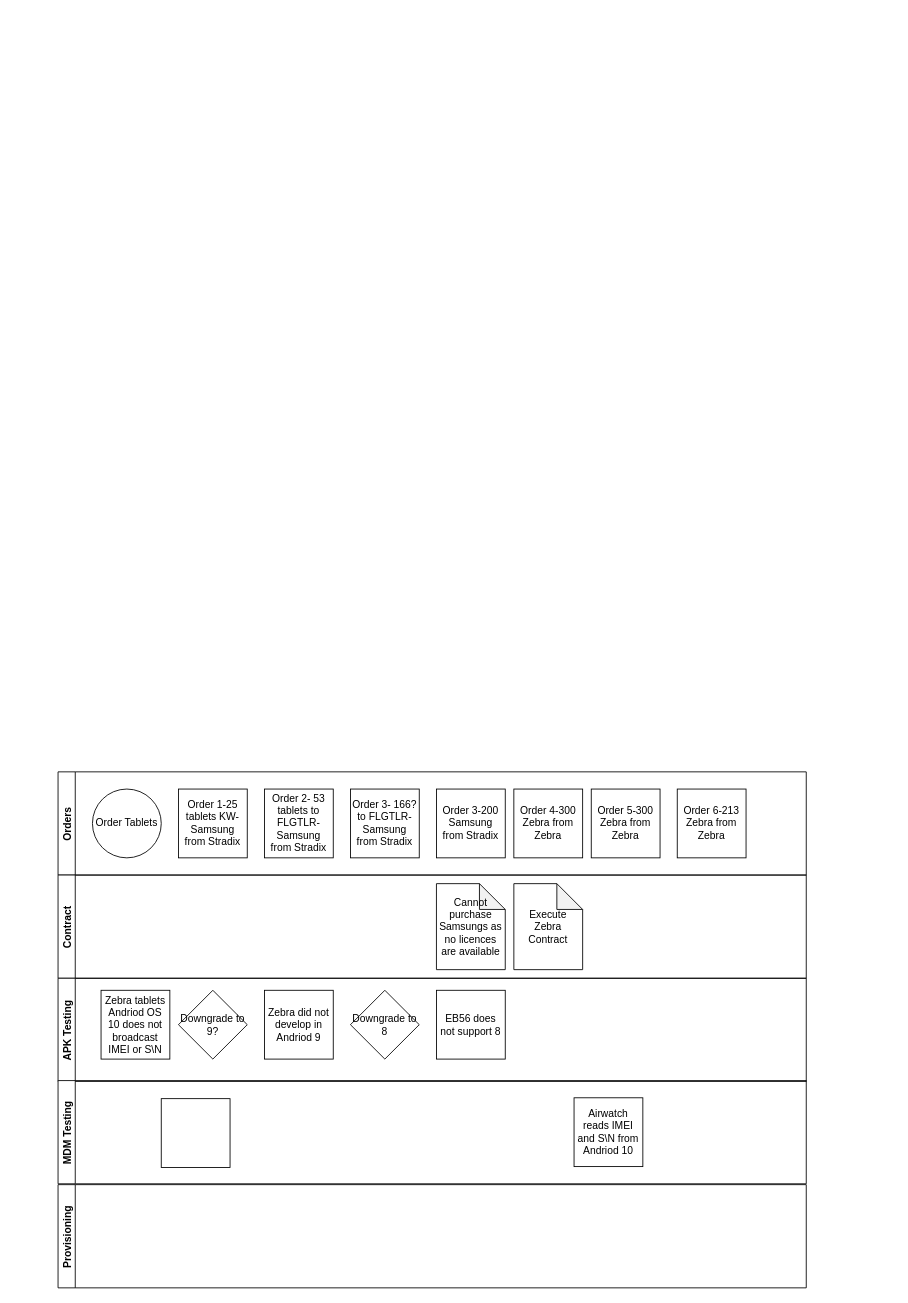
Earlier version of the draw.io diagram Tablet Orders.drawio (RustyTruck/plc4trucksduck). Source tidied: cells renumbered, new cells numbered last; positions are measured from the earlier drawing's top-left corner, leaving out a move shared by most shapes. Both pictures are drawn from the tidied source at 86%, with x=0, y=0 at pixel (58, 771).
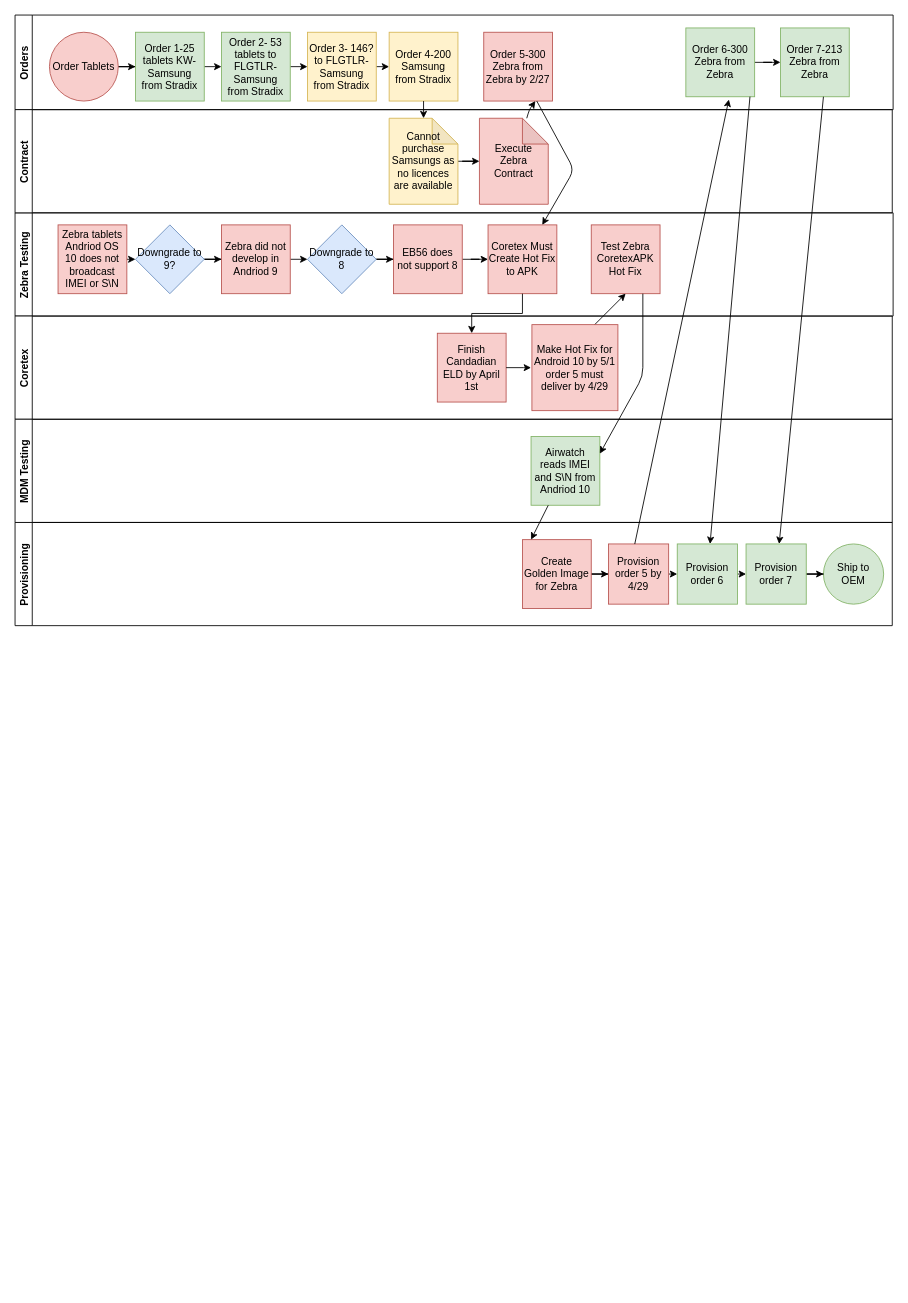
The same diagram, later.

Change to the diagram source:
```diff
@@
     <mxCell id="2" value="Orders" style="swimlane;startSize=20;horizontal=0;" parent="1" vertex="1">
-      <mxGeometry width="870" height="120" as="geometry" />
+      <mxGeometry x="-50" y="-880" width="1021" height="110" as="geometry" />
     </mxCell>
+    <mxCell id="24" style="edgeStyle=orthogonalEdgeStyle;rounded=0;jettySize=auto;html=1;entryX=0;entryY=0.5;entryDx=0;entryDy=0;" parent="2" edge="1" source="3" target="4">
+      <mxGeometry relative="1" as="geometry" />
+    </mxCell>
-    <mxCell id="3" value="Order Tablets" style="ellipse;whiteSpace=wrap;html=1;" parent="2" vertex="1">
+    <mxCell id="3" value="Order Tablets" style="ellipse;whiteSpace=wrap;html=1;fillColor=#f8cecc;strokeColor=#b85450;" parent="2" vertex="1">
       <mxGeometry x="40" y="20" width="80" height="80" as="geometry" />
     </mxCell>
+    <mxCell id="25" style="edgeStyle=orthogonalEdgeStyle;rounded=0;jettySize=auto;html=1;exitX=1;exitY=0.5;exitDx=0;exitDy=0;entryX=0;entryY=0.5;entryDx=0;entryDy=0;" parent="2" edge="1" source="4" target="5">
+      <mxGeometry relative="1" as="geometry" />
+    </mxCell>
-    <mxCell id="4" value="Order 1-25 tablets KW-Samsung from Stradix" style="whiteSpace=wrap;html=1;" parent="2" vertex="1">
+    <mxCell id="4" value="Order 1-25 tablets KW-Samsung from Stradix" style="whiteSpace=wrap;html=1;fillColor=#d5e8d4;strokeColor=#82b366;" parent="2" vertex="1">
       <mxGeometry x="140" y="20" width="80" height="80" as="geometry" />
     </mxCell>
+    <mxCell id="26" style="edgeStyle=orthogonalEdgeStyle;rounded=0;jettySize=auto;html=1;exitX=1;exitY=0.5;exitDx=0;exitDy=0;entryX=0;entryY=0.5;entryDx=0;entryDy=0;" parent="2" edge="1" source="5" target="6">
+      <mxGeometry relative="1" as="geometry" />
+    </mxCell>
-    <mxCell id="5" value="Order 2- 53 tablets to FLGTLR-Samsung from Stradix" style="whiteSpace=wrap;html=1;" parent="2" vertex="1">
+    <mxCell id="5" value="Order 2- 53 tablets to FLGTLR-Samsung from Stradix" style="whiteSpace=wrap;html=1;fillColor=#d5e8d4;strokeColor=#82b366;" parent="2" vertex="1">
       <mxGeometry x="240" y="20" width="80" height="80" as="geometry" />
     </mxCell>
+    <mxCell id="27" style="edgeStyle=orthogonalEdgeStyle;rounded=0;jettySize=auto;html=1;exitX=1;exitY=0.5;exitDx=0;exitDy=0;entryX=0;entryY=0.5;entryDx=0;entryDy=0;" parent="2" edge="1" source="6" target="7">
+      <mxGeometry relative="1" as="geometry" />
+    </mxCell>
-    <mxCell id="6" value="Order 3- 166? to FLGTLR-Samsung from Stradix" style="whiteSpace=wrap;html=1;" parent="2" vertex="1">
+    <mxCell id="6" value="Order 3- 146? to FLGTLR-Samsung from Stradix" style="whiteSpace=wrap;html=1;fillColor=#fff2cc;strokeColor=#d6b656;" parent="2" vertex="1">
       <mxGeometry x="340" y="20" width="80" height="80" as="geometry" />
     </mxCell>
-    <mxCell id="7" value="Order 3-200 Samsung from Stradix" style="whiteSpace=wrap;html=1;" parent="2" vertex="1">
-      <mxGeometry x="440" y="20" width="80" height="80" as="geometry" />
+    <mxCell id="7" value="Order 4-200 Samsung from Stradix" style="whiteSpace=wrap;html=1;fillColor=#fff2cc;strokeColor=#d6b656;" parent="2" vertex="1">
+      <mxGeometry x="435" y="20" width="80" height="80" as="geometry" />
     </mxCell>
-    <mxCell id="8" value="Order 4-300 Zebra from Zebra" style="whiteSpace=wrap;html=1;" parent="2" vertex="1">
-      <mxGeometry x="530" y="20" width="80" height="80" as="geometry" />
+    <mxCell id="8" value="Order 5-300 Zebra from Zebra by 2/27" style="whiteSpace=wrap;html=1;fillColor=#f8cecc;strokeColor=#b85450;" parent="2" vertex="1">
+      <mxGeometry x="545" y="20" width="80" height="80" as="geometry" />
     </mxCell>
+    <mxCell id="28" style="edgeStyle=orthogonalEdgeStyle;rounded=0;jettySize=auto;html=1;entryX=0;entryY=0.5;entryDx=0;entryDy=0;" parent="2" edge="1" source="9" target="10">
+      <mxGeometry relative="1" as="geometry" />
+    </mxCell>
-    <mxCell id="9" value="Order 5-300 Zebra from Zebra" style="whiteSpace=wrap;html=1;" parent="2" vertex="1">
-      <mxGeometry x="620" y="20" width="80" height="80" as="geometry" />
+    <mxCell id="9" value="Order 6-300 Zebra from Zebra" style="whiteSpace=wrap;html=1;fillColor=#d5e8d4;strokeColor=#82b366;" parent="2" vertex="1">
+      <mxGeometry x="780" y="15" width="80" height="80" as="geometry" />
     </mxCell>
-    <mxCell id="10" value="Order 6-213 Zebra from Zebra" style="whiteSpace=wrap;html=1;" parent="2" vertex="1">
-      <mxGeometry x="720" y="20" width="80" height="80" as="geometry" />
+    <mxCell id="10" value="Order 7-213 Zebra from Zebra" style="whiteSpace=wrap;html=1;fillColor=#d5e8d4;strokeColor=#82b366;" parent="2" vertex="1">
+      <mxGeometry x="890" y="15" width="80" height="80" as="geometry" />
     </mxCell>
+    <mxCell id="29" style="endArrow=classic;html=1;" parent="2" edge="1" target="50">
+      <mxGeometry relative="1" as="geometry">
+        <mxPoint x="940" y="95" as="sourcePoint" />
+      </mxGeometry>
+    </mxCell>
+    <mxCell id="14" value="Zebra Testing" style="swimlane;startSize=20;horizontal=0;" parent="1" vertex="1">
+      <mxGeometry x="-50" y="-650" width="1021" height="120" as="geometry" />
+    </mxCell>
+    <mxCell id="30" style="edgeStyle=orthogonalEdgeStyle;rounded=0;jettySize=auto;html=1;exitX=1;exitY=0.5;exitDx=0;exitDy=0;entryX=0;entryY=0.5;entryDx=0;entryDy=0;" parent="14" edge="1" source="15" target="16">
+      <mxGeometry relative="1" as="geometry" />
+    </mxCell>
+    <mxCell id="15" value="Zebra tablets Andriod OS 10 does not broadcast IMEI or S\N" style="whiteSpace=wrap;html=1;rounded=0;fillColor=#f8cecc;strokeColor=#b85450;" parent="14" vertex="1">
+      <mxGeometry x="50" y="14" width="80" height="80" as="geometry" />
+    </mxCell>
+    <mxCell id="31" style="edgeStyle=orthogonalEdgeStyle;rounded=0;jettySize=auto;html=1;entryX=0;entryY=0.5;entryDx=0;entryDy=0;" parent="14" edge="1" source="16" target="18">
+      <mxGeometry relative="1" as="geometry" />
+    </mxCell>
+    <mxCell id="16" value="Downgrade to 9?" style="rhombus;whiteSpace=wrap;html=1;rounded=0;fillColor=#dae8fc;strokeColor=#6c8ebf;" parent="14" vertex="1">
+      <mxGeometry x="140" y="14" width="80" height="80" as="geometry" />
+    </mxCell>
+    <mxCell id="32" style="edgeStyle=orthogonalEdgeStyle;rounded=0;jettySize=auto;html=1;exitX=1;exitY=0.5;exitDx=0;exitDy=0;" parent="14" edge="1" source="17" target="19">
+      <mxGeometry relative="1" as="geometry" />
+    </mxCell>
+    <mxCell id="17" value="Downgrade to 8" style="rhombus;whiteSpace=wrap;html=1;rounded=0;fillColor=#dae8fc;strokeColor=#6c8ebf;" parent="14" vertex="1">
+      <mxGeometry x="340" y="14" width="80" height="80" as="geometry" />
+    </mxCell>
+    <mxCell id="33" style="edgeStyle=orthogonalEdgeStyle;rounded=0;jettySize=auto;html=1;exitX=1;exitY=0.5;exitDx=0;exitDy=0;entryX=0;entryY=0.5;entryDx=0;entryDy=0;" parent="14" edge="1" source="18" target="17">
+      <mxGeometry relative="1" as="geometry" />
+    </mxCell>
+    <mxCell id="18" value="Zebra did not develop in Andriod 9" style="whiteSpace=wrap;html=1;rounded=0;fillColor=#f8cecc;strokeColor=#b85450;" parent="14" vertex="1">
+      <mxGeometry x="240" y="14" width="80" height="80" as="geometry" />
+    </mxCell>
+    <mxCell id="34" style="edgeStyle=orthogonalEdgeStyle;rounded=0;jettySize=auto;html=1;entryX=0;entryY=0.5;entryDx=0;entryDy=0;" parent="14" edge="1" source="19" target="35">
+      <mxGeometry relative="1" as="geometry" />
+    </mxCell>
+    <mxCell id="19" value="EB56 does not support 8" style="whiteSpace=wrap;html=1;rounded=0;fillColor=#f8cecc;strokeColor=#b85450;" parent="14" vertex="1">
+      <mxGeometry x="440" y="14" width="80" height="80" as="geometry" />
+    </mxCell>
+    <mxCell id="35" value="Coretex Must Create Hot Fix to APK" style="whiteSpace=wrap;html=1;rounded=0;fillColor=#f8cecc;strokeColor=#b85450;" parent="14" vertex="1">
+      <mxGeometry x="550" y="14" width="80" height="80" as="geometry" />
+    </mxCell>
+    <mxCell id="36" value="Test Zebra CoretexAPK Hot Fix" style="whiteSpace=wrap;html=1;rounded=0;fillColor=#f8cecc;strokeColor=#b85450;" parent="14" vertex="1">
+      <mxGeometry x="670" y="14" width="80" height="80" as="geometry" />
+    </mxCell>
+    <mxCell id="37" style="endArrow=classic;html=1;" parent="14" edge="1">
+      <mxGeometry relative="1" as="geometry">
+        <mxPoint x="660" y="144" as="sourcePoint" />
+        <mxPoint x="710" y="94" as="targetPoint" />
+      </mxGeometry>
+    </mxCell>
     <mxCell id="11" value="Contract" style="swimlane;startSize=20;horizontal=0;rounded=0;" parent="1" vertex="1">
-      <mxGeometry y="120" width="870" height="120" as="geometry" />
+      <mxGeometry x="-50" y="-770" width="1020" height="120" as="geometry" />
     </mxCell>
-    <mxCell id="12" value="Execute Zebra Contract" style="shape=note;whiteSpace=wrap;html=1;backgroundOutline=1;darkOpacity=0.05;rounded=0;" parent="11" vertex="1">
-      <mxGeometry x="530" y="10" width="80" height="100" as="geometry" />
+    <mxCell id="12" value="Execute Zebra Contract" style="shape=note;whiteSpace=wrap;html=1;backgroundOutline=1;darkOpacity=0.05;rounded=0;fillColor=#f8cecc;strokeColor=#b85450;" parent="11" vertex="1">
+      <mxGeometry x="540" y="10" width="80" height="100" as="geometry" />
     </mxCell>
+    <mxCell id="38" style="edgeStyle=orthogonalEdgeStyle;rounded=0;jettySize=auto;html=1;entryX=0;entryY=0.5;entryDx=0;entryDy=0;entryPerimeter=0;" parent="11" edge="1" source="13" target="12">
+      <mxGeometry relative="1" as="geometry" />
+    </mxCell>
-    <mxCell id="13" value="Cannot purchase Samsungs as no licences are available" style="shape=note;whiteSpace=wrap;html=1;backgroundOutline=1;darkOpacity=0.05;rounded=0;" parent="11" vertex="1">
-      <mxGeometry x="440" y="10" width="80" height="100" as="geometry" />
+    <mxCell id="13" value="Cannot purchase Samsungs as no licences are available" style="shape=note;whiteSpace=wrap;html=1;backgroundOutline=1;darkOpacity=0.05;rounded=0;fillColor=#fff2cc;strokeColor=#d6b656;" parent="11" vertex="1">
+      <mxGeometry x="435" y="10" width="80" height="100" as="geometry" />
     </mxCell>
-    <mxCell id="14" value="APK Testing" style="swimlane;startSize=20;horizontal=0;" parent="1" vertex="1">
-      <mxGeometry y="240" width="870" height="120" as="geometry" />
-    </mxCell>
-    <mxCell id="15" value="Zebra tablets Andriod OS 10 does not broadcast IMEI or S\N" style="whiteSpace=wrap;html=1;rounded=0;" parent="14" vertex="1">
-      <mxGeometry x="50" y="14" width="80" height="80" as="geometry" />
-    </mxCell>
-    <mxCell id="16" value="Downgrade to 9?" style="rhombus;whiteSpace=wrap;html=1;rounded=0;" parent="14" vertex="1">
-      <mxGeometry x="140" y="14" width="80" height="80" as="geometry" />
-    </mxCell>
-    <mxCell id="17" value="Downgrade to 8" style="rhombus;whiteSpace=wrap;html=1;rounded=0;" parent="14" vertex="1">
-      <mxGeometry x="340" y="14" width="80" height="80" as="geometry" />
-    </mxCell>
-    <mxCell id="18" value="Zebra did not develop in Andriod 9" style="whiteSpace=wrap;html=1;rounded=0;" parent="14" vertex="1">
-      <mxGeometry x="240" y="14" width="80" height="80" as="geometry" />
-    </mxCell>
-    <mxCell id="19" value="EB56 does not support 8" style="whiteSpace=wrap;html=1;rounded=0;" parent="14" vertex="1">
-      <mxGeometry x="440" y="14" width="80" height="80" as="geometry" />
-    </mxCell>
+    <mxCell id="39" value="Coretex" style="swimlane;startSize=20;horizontal=0;rounded=0;swimlaneLine=1;" parent="1" vertex="1">
+      <mxGeometry x="-50" y="-530" width="1020" height="120" as="geometry" />
+    </mxCell>
+    <mxCell id="40" value="Finish Candadian ELD by April 1st" style="whiteSpace=wrap;html=1;rounded=0;fillColor=#f8cecc;strokeColor=#b85450;" parent="39" vertex="1">
+      <mxGeometry x="491" y="20" width="80" height="80" as="geometry" />
+    </mxCell>
+    <mxCell id="41" value="Make Hot Fix for Android 10 by 5/1 order 5 must deliver by 4/29" style="whiteSpace=wrap;html=1;rounded=0;fillColor=#f8cecc;strokeColor=#b85450;" parent="39" vertex="1">
+      <mxGeometry x="601" y="10" width="100" height="100" as="geometry" />
+    </mxCell>
+    <mxCell id="23" value="Provisioning" style="swimlane;startSize=20;horizontal=0;" parent="1" vertex="1">
+      <mxGeometry x="-50" y="-290" width="1020" height="120" as="geometry" />
+    </mxCell>
+    <mxCell id="42" style="edgeStyle=orthogonalEdgeStyle;rounded=0;jettySize=auto;html=1;entryX=0;entryY=0.5;entryDx=0;entryDy=0;" parent="23" edge="1" source="43" target="46">
+      <mxGeometry relative="1" as="geometry" />
+    </mxCell>
+    <mxCell id="43" value="Create Golden Image for Zebra" style="whiteSpace=wrap;html=1;rounded=0;fillColor=#f8cecc;strokeColor=#b85450;" parent="23" vertex="1">
+      <mxGeometry x="590" y="20" width="80" height="80" as="geometry" />
+    </mxCell>
+    <mxCell id="44" value="Ship to OEM" style="ellipse;whiteSpace=wrap;html=1;rounded=0;fillColor=#d5e8d4;strokeColor=#82b366;" parent="23" vertex="1">
+      <mxGeometry x="940" y="25" width="70" height="70" as="geometry" />
+    </mxCell>
+    <mxCell id="45" style="edgeStyle=orthogonalEdgeStyle;rounded=0;jettySize=auto;html=1;exitX=1;exitY=0.5;exitDx=0;exitDy=0;entryX=0;entryY=0.5;entryDx=0;entryDy=0;" parent="23" edge="1" source="46" target="48">
+      <mxGeometry relative="1" as="geometry" />
+    </mxCell>
+    <mxCell id="46" value="Provision order 5 by 4/29" style="whiteSpace=wrap;html=1;rounded=0;fillColor=#f8cecc;strokeColor=#b85450;" parent="23" vertex="1">
+      <mxGeometry x="690" y="25" width="70" height="70" as="geometry" />
+    </mxCell>
+    <mxCell id="47" style="edgeStyle=orthogonalEdgeStyle;rounded=0;jettySize=auto;html=1;exitX=1;exitY=0.5;exitDx=0;exitDy=0;entryX=0;entryY=0.5;entryDx=0;entryDy=0;" parent="23" edge="1" source="48" target="50">
+      <mxGeometry relative="1" as="geometry" />
+    </mxCell>
+    <mxCell id="48" value="Provision order 6" style="whiteSpace=wrap;html=1;rounded=0;fillColor=#d5e8d4;strokeColor=#82b366;" parent="23" vertex="1">
+      <mxGeometry x="770" y="25" width="70" height="70" as="geometry" />
+    </mxCell>
+    <mxCell id="49" style="edgeStyle=orthogonalEdgeStyle;rounded=0;jettySize=auto;html=1;entryX=0;entryY=0.5;entryDx=0;entryDy=0;" parent="23" edge="1" source="50" target="44">
+      <mxGeometry relative="1" as="geometry" />
+    </mxCell>
+    <mxCell id="50" value="Provision order 7" style="whiteSpace=wrap;html=1;rounded=0;fillColor=#d5e8d4;strokeColor=#82b366;" parent="23" vertex="1">
+      <mxGeometry x="850" y="25" width="70" height="70" as="geometry" />
+    </mxCell>
     <mxCell id="20" value="MDM Testing" style="swimlane;startSize=20;horizontal=0;" parent="1" vertex="1">
-      <mxGeometry y="359" width="870" height="120" as="geometry" />
+      <mxGeometry x="-50" y="-410" width="1020" height="120" as="geometry" />
     </mxCell>
-    <mxCell id="21" value="Airwatch reads IMEI and S\N from Andriod 10" style="whiteSpace=wrap;html=1;rounded=0;" parent="20" vertex="1">
+    <mxCell id="21" value="Airwatch reads IMEI and S\N from Andriod 10" style="whiteSpace=wrap;html=1;rounded=0;fillColor=#d5e8d4;strokeColor=#82b366;" parent="20" vertex="1">
       <mxGeometry x="600" y="20" width="80" height="80" as="geometry" />
     </mxCell>
-    <mxCell id="22" style="whiteSpace=wrap;html=1;rounded=0;" parent="20" vertex="1">
-      <mxGeometry x="120" y="21" width="80" height="80" as="geometry" />
-    </mxCell>
-    <mxCell id="23" value="Provisioning" style="swimlane;startSize=20;horizontal=0;" parent="1" vertex="1">
-      <mxGeometry y="480" width="870" height="120" as="geometry" />
-    </mxCell>
+    <mxCell id="51" style="endArrow=classic;html=1;exitX=0.437;exitY=0.002;exitDx=0;exitDy=0;exitPerimeter=0;" parent="20" edge="1" source="46">
+      <mxGeometry relative="1" as="geometry">
+        <mxPoint x="830" y="-371.8" as="targetPoint" />
+      </mxGeometry>
+    </mxCell>
+    <mxCell id="52" style="edgeStyle=orthogonalEdgeStyle;rounded=0;jettySize=auto;html=1;exitX=0.5;exitY=1;exitDx=0;exitDy=0;entryX=0.5;entryY=0;entryDx=0;entryDy=0;entryPerimeter=0;" parent="1" edge="1" source="7" target="13">
+      <mxGeometry relative="1" as="geometry" />
+    </mxCell>
+    <mxCell id="53" style="endArrow=classic;html=1;entryX=0.75;entryY=1;entryDx=0;entryDy=0;" parent="1" edge="1" source="12" target="8">
+      <mxGeometry relative="1" as="geometry">
+        <Array as="points">
+          <mxPoint x="548" y="-770" />
+        </Array>
+      </mxGeometry>
+    </mxCell>
+    <mxCell id="54" style="endArrow=classic;html=1;" parent="1" edge="1" source="8" target="35">
+      <mxGeometry relative="1" as="geometry">
+        <Array as="points">
+          <mxPoint x="600" y="-700" />
+        </Array>
+      </mxGeometry>
+    </mxCell>
+    <mxCell id="55" style="edgeStyle=orthogonalEdgeStyle;rounded=0;jettySize=auto;html=1;" parent="1" edge="1" source="35" target="40">
+      <mxGeometry relative="1" as="geometry" />
+    </mxCell>
+    <mxCell id="56" style="edgeStyle=orthogonalEdgeStyle;rounded=0;jettySize=auto;html=1;" parent="1" edge="1" source="40">
+      <mxGeometry relative="1" as="geometry">
+        <mxPoint x="550" y="-470" as="targetPoint" />
+      </mxGeometry>
+    </mxCell>
+    <mxCell id="57" style="endArrow=classic;html=1;exitX=0.75;exitY=1;exitDx=0;exitDy=0;entryX=1;entryY=0.25;entryDx=0;entryDy=0;" parent="1" edge="1" source="36" target="21">
+      <mxGeometry relative="1" as="geometry">
+        <Array as="points">
+          <mxPoint x="680" y="-460" />
+        </Array>
+      </mxGeometry>
+    </mxCell>
+    <mxCell id="58" style="endArrow=classic;html=1;exitX=0.25;exitY=1;exitDx=0;exitDy=0;entryX=0.125;entryY=0;entryDx=0;entryDy=0;entryPerimeter=0;" parent="1" edge="1" source="21" target="43">
+      <mxGeometry relative="1" as="geometry" />
+    </mxCell>
+    <mxCell id="59" style="endArrow=classic;html=1;exitX=0.932;exitY=0.999;exitDx=0;exitDy=0;exitPerimeter=0;" parent="1" edge="1" source="9" target="48">
+      <mxGeometry relative="1" as="geometry" />
+    </mxCell>
```
